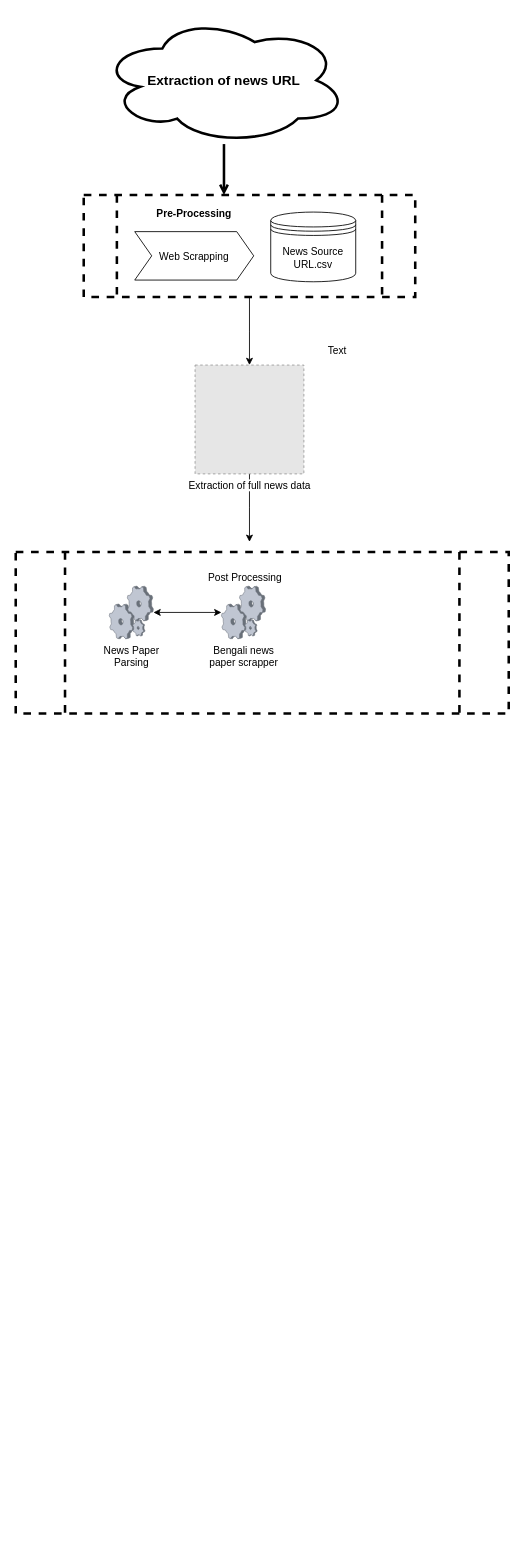
Earlier version of the draw.io diagram page "Page-2" (2 of 2) of Motaleb/Untitled Diagram.drawio (minhazul-alam/News_Gen). Source tidied: cells renumbered, new cells numbered last; positions are measured from the earlier drawing's top-left corner, leaving out a move shared by most shapes. Both pictures are drawn from the tidied source at 85%, with x=0, y=0 at pixel (15, 16). Pictures stored in the file or linked from it are replaced by grey dashed boxes.
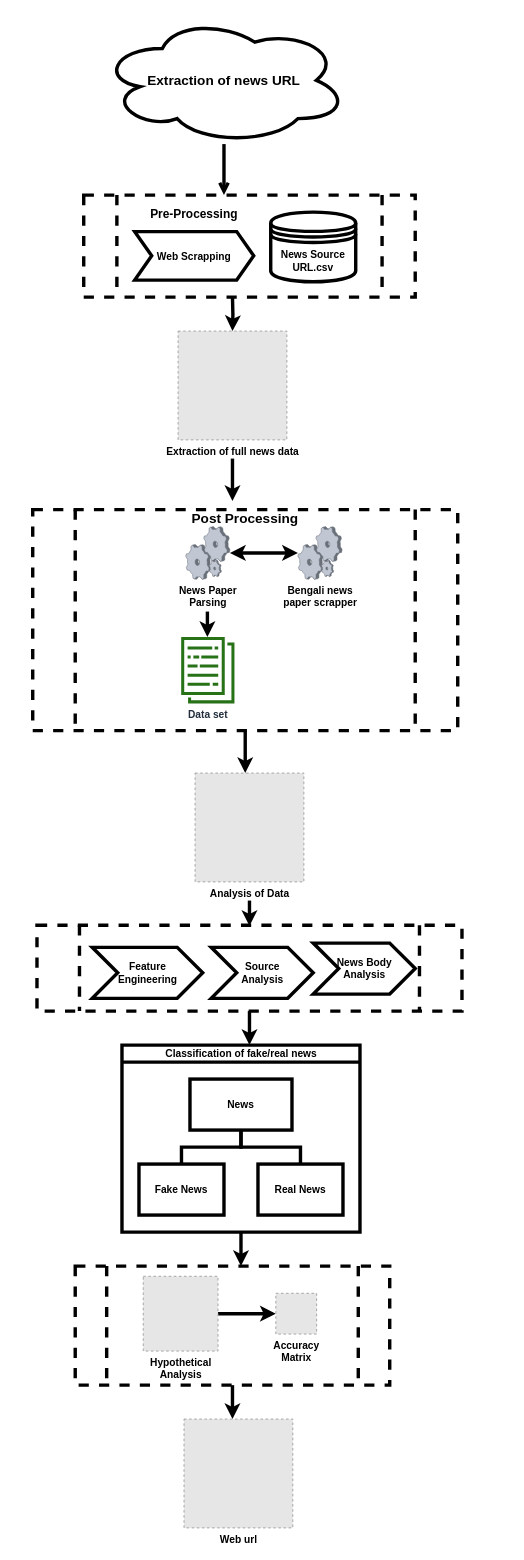
The same page after the edit.

Diff of the diagram source:
```diff
@@
-    <mxCell id="2" style="edgeStyle=orthogonalEdgeStyle;rounded=0;jettySize=auto;html=1;startArrow=none;startFill=0;endArrow=open;endFill=0;targetPerimeterSpacing=1;strokeWidth=3;" parent="1" edge="1" source="3">
+    <mxCell id="2" style="edgeStyle=orthogonalEdgeStyle;rounded=0;jettySize=auto;html=1;startArrow=none;startFill=0;endArrow=open;endFill=0;targetPerimeterSpacing=1;strokeWidth=4;" parent="1" edge="1" source="3">
       <mxGeometry relative="1" as="geometry">
         <mxPoint x="245" y="210" as="targetPoint" />
       </mxGeometry>
     </mxCell>
-    <mxCell id="3" value="&lt;b style=&quot;white-space: normal&quot;&gt;&lt;font style=&quot;font-size: 16px&quot;&gt;Extraction of news URL&lt;/font&gt;&lt;/b&gt;" style="ellipse;shape=cloud;whiteSpace=wrap;html=1;strokeColor=#000000;strokeWidth=3;fillColor=none;gradientColor=#ffffff;" parent="1" vertex="1">
+    <mxCell id="3" value="&lt;b style=&quot;white-space: normal&quot;&gt;&lt;font style=&quot;font-size: 16px&quot;&gt;Extraction of news URL&lt;/font&gt;&lt;/b&gt;" style="ellipse;shape=cloud;whiteSpace=wrap;html=1;strokeColor=#000000;strokeWidth=4;fillColor=none;gradientColor=#ffffff;" parent="1" vertex="1">
       <mxGeometry x="100" width="290" height="150" as="geometry" />
     </mxCell>
-    <mxCell id="4" style="edgeStyle=orthogonalEdgeStyle;rounded=0;jettySize=auto;html=1;" parent="1" edge="1" source="5">
+    <mxCell id="4" style="edgeStyle=orthogonalEdgeStyle;rounded=0;orthogonalLoop=1;jettySize=auto;html=1;strokeWidth=4;" parent="1" edge="1">
       <mxGeometry relative="1" as="geometry">
-        <mxPoint x="275" y="410" as="targetPoint" />
+        <mxPoint x="255" y="330" as="sourcePoint" />
+        <mxPoint x="255" y="370" as="targetPoint" />
       </mxGeometry>
     </mxCell>
-    <mxCell id="5" style="shape=process;whiteSpace=wrap;html=1;backgroundOutline=1;strokeColor=#000000;strokeWidth=3;fillColor=none;gradientColor=#ffffff;dashed=1;" parent="1" vertex="1">
+    <mxCell id="5" style="shape=process;whiteSpace=wrap;html=1;backgroundOutline=1;strokeColor=#000000;strokeWidth=4;fillColor=none;gradientColor=#ffffff;dashed=1;" parent="1" vertex="1">
       <mxGeometry x="80" y="210" width="390" height="120" as="geometry" />
     </mxCell>
-    <mxCell id="6" value="Pre-Processing" style="swimlane;horizontal=1;fillColor=none;strokeColor=none;stackBorder=10;align=center;fontColor=#000000;dashed=1;" parent="1" vertex="1">
+    <mxCell id="6" value="Pre-Processing" style="swimlane;horizontal=1;fillColor=none;strokeColor=none;stackBorder=10;align=center;fontColor=#000000;dashed=1;strokeWidth=4;fontSize=14;" parent="1" vertex="1">
       <mxGeometry x="130" y="220" width="160" height="100" as="geometry" />
     </mxCell>
-    <mxCell id="7" value="Web Scrapping" style="shape=step;perimeter=stepPerimeter;fixedSize=1;" parent="6" vertex="1">
+    <mxCell id="7" value="Web Scrapping" style="shape=step;perimeter=stepPerimeter;fixedSize=1;strokeWidth=4;fontStyle=1;" parent="6" vertex="1">
       <mxGeometry x="10" y="33" width="140" height="57" as="geometry" />
     </mxCell>
-    <mxCell id="8" value="News Source URL.csv" style="shape=datastore;whiteSpace=wrap;html=1;" parent="1" vertex="1">
+    <mxCell id="8" value="&lt;b&gt;News Source URL.csv&lt;/b&gt;" style="shape=datastore;whiteSpace=wrap;html=1;strokeWidth=4;" parent="1" vertex="1">
       <mxGeometry x="300" y="230" width="100" height="82" as="geometry" />
     </mxCell>
-    <mxCell id="9" value="Text" style="text;html=1;align=center;verticalAlign=middle;" parent="1" vertex="1">
-      <mxGeometry x="358" y="383" width="40" height="20" as="geometry" />
-    </mxCell>
-    <mxCell id="10" style="edgeStyle=orthogonalEdgeStyle;rounded=0;jettySize=auto;html=1;" parent="1" edge="1" source="11">
+    <mxCell id="10" style="edgeStyle=orthogonalEdgeStyle;rounded=0;orthogonalLoop=1;jettySize=auto;html=1;strokeWidth=4;" parent="1" edge="1">
       <mxGeometry relative="1" as="geometry">
-        <mxPoint x="275" y="618" as="targetPoint" />
+        <mxPoint x="255" y="520" as="sourcePoint" />
+        <mxPoint x="255" y="570" as="targetPoint" />
       </mxGeometry>
     </mxCell>
-    <mxCell id="11" value="Extraction of full news data" style="fillColor=#E6E6E6;strokeColor=#999999;dashed=1;html=1;verticalAlign=top;verticalLabelPosition=bottom;labelBackgroundColor=#ffffff;" parent="1" vertex="1">
-      <mxGeometry x="211" y="410" width="128" height="128" as="geometry" />
+    <mxCell id="11" value="&lt;b&gt;Extraction of full news data&lt;/b&gt;" style="fillColor=#E6E6E6;strokeColor=#999999;dashed=1;html=1;verticalAlign=top;verticalLabelPosition=bottom;labelBackgroundColor=#ffffff;" parent="1" vertex="1">
+      <mxGeometry x="191" y="370" width="128" height="128" as="geometry" />
     </mxCell>
+    <mxCell id="17" style="edgeStyle=orthogonalEdgeStyle;rounded=0;jettySize=auto;html=1;startArrow=none;startFill=0;strokeWidth=4;" parent="1" edge="1" source="12">
+      <mxGeometry relative="1" as="geometry">
+        <mxPoint x="270" y="890" as="targetPoint" />
+      </mxGeometry>
+    </mxCell>
-    <mxCell id="12" style="shape=process;whiteSpace=wrap;html=1;backgroundOutline=1;strokeColor=#000000;strokeWidth=3;fillColor=none;gradientColor=#ffffff;dashed=1;" parent="1" vertex="1">
-      <mxGeometry y="630" width="580" height="190" as="geometry" />
+    <mxCell id="12" style="shape=process;whiteSpace=wrap;html=1;backgroundOutline=1;strokeColor=#000000;strokeWidth=4;fillColor=none;gradientColor=#ffffff;dashed=1;" parent="1" vertex="1">
+      <mxGeometry x="20" y="580" width="500" height="260" as="geometry" />
     </mxCell>
-    <mxCell id="13" value="Post Processing" style="text;html=1;strokeColor=none;fillColor=none;align=center;verticalAlign=middle;whiteSpace=wrap;rounded=0;" parent="1" vertex="1">
-      <mxGeometry x="170" y="650" width="200" height="20" as="geometry" />
+    <mxCell id="13" value="&lt;b&gt;&lt;font style=&quot;font-size: 16px&quot;&gt;Post Processing&lt;/font&gt;&lt;/b&gt;" style="text;html=1;strokeColor=none;fillColor=none;align=center;verticalAlign=middle;whiteSpace=wrap;rounded=0;strokeWidth=4;" parent="1" vertex="1">
+      <mxGeometry x="170" y="580" width="200" height="20" as="geometry" />
     </mxCell>
-    <mxCell id="14" style="edgeStyle=orthogonalEdgeStyle;rounded=0;jettySize=auto;html=1;startArrow=classic;startFill=1;" parent="1" edge="1" source="15" target="16">
+    <mxCell id="14" style="edgeStyle=orthogonalEdgeStyle;rounded=0;jettySize=auto;html=1;startArrow=classic;startFill=1;strokeWidth=4;" parent="1" edge="1" source="15" target="16">
       <mxGeometry relative="1" as="geometry" />
     </mxCell>
+    <mxCell id="18" style="edgeStyle=orthogonalEdgeStyle;rounded=0;orthogonalLoop=1;jettySize=auto;html=1;startArrow=none;startFill=0;strokeWidth=4;" parent="1" edge="1">
+      <mxGeometry relative="1" as="geometry">
+        <mxPoint x="225.5" y="700" as="sourcePoint" />
+        <mxPoint x="225.5" y="730" as="targetPoint" />
+      </mxGeometry>
+    </mxCell>
-    <mxCell id="15" value="&lt;div&gt;News Paper &lt;br&gt;&lt;/div&gt;&lt;div&gt;Parsing&lt;/div&gt;" style="verticalLabelPosition=bottom;html=1;verticalAlign=top;strokeColor=none;align=center;outlineConnect=0;shape=mxgraph.citrix.process;" parent="1" vertex="1">
-      <mxGeometry x="110" y="670" width="52" height="62" as="geometry" />
+    <mxCell id="15" value="&lt;div&gt;&lt;b&gt;News Paper &lt;br&gt;&lt;/b&gt;&lt;/div&gt;&lt;div&gt;&lt;b&gt;Parsing&lt;/b&gt;&lt;/div&gt;" style="verticalLabelPosition=bottom;html=1;verticalAlign=top;strokeColor=none;align=center;outlineConnect=0;shape=mxgraph.citrix.process;strokeWidth=4;" parent="1" vertex="1">
+      <mxGeometry x="200" y="600" width="52" height="62" as="geometry" />
     </mxCell>
-    <mxCell id="16" value="&lt;div&gt;Bengali news &lt;br&gt;&lt;/div&gt;&lt;div&gt;paper scrapper&lt;/div&gt;" style="verticalLabelPosition=bottom;html=1;verticalAlign=top;strokeColor=none;align=center;outlineConnect=0;shape=mxgraph.citrix.process;" parent="1" vertex="1">
-      <mxGeometry x="242" y="670" width="52" height="62" as="geometry" />
+    <mxCell id="16" value="&lt;div&gt;&lt;b&gt;Bengali news &lt;br&gt;&lt;/b&gt;&lt;/div&gt;&lt;div&gt;&lt;b&gt;paper scrapper&lt;/b&gt;&lt;/div&gt;" style="verticalLabelPosition=bottom;html=1;verticalAlign=top;strokeColor=none;align=center;outlineConnect=0;shape=mxgraph.citrix.process;strokeWidth=4;" parent="1" vertex="1">
+      <mxGeometry x="332" y="600" width="52" height="62" as="geometry" />
     </mxCell>
+    <mxCell id="19" value="&lt;b&gt;Data set&lt;/b&gt;" style="fontColor=#232F3E;gradientColor=none;fillColor=#277116;strokeColor=none;dashed=0;verticalLabelPosition=bottom;verticalAlign=top;align=center;html=1;fontSize=12;fontStyle=0;shape=mxgraph.aws4.data_set;strokeWidth=4;" parent="1" vertex="1">
+      <mxGeometry x="194.5" y="730" width="63" height="78" as="geometry" />
+    </mxCell>
+    <mxCell id="20" style="edgeStyle=orthogonalEdgeStyle;rounded=0;orthogonalLoop=1;jettySize=auto;html=1;startArrow=none;startFill=0;strokeWidth=4;" parent="1" edge="1">
+      <mxGeometry relative="1" as="geometry">
+        <mxPoint x="275" y="1040" as="sourcePoint" />
+        <mxPoint x="275" y="1070" as="targetPoint" />
+      </mxGeometry>
+    </mxCell>
+    <mxCell id="21" value="&lt;b&gt;Analysis of Data&lt;/b&gt;" style="fillColor=#E6E6E6;strokeColor=#999999;dashed=1;html=1;verticalAlign=top;verticalLabelPosition=bottom;labelBackgroundColor=#ffffff;" parent="1" vertex="1">
+      <mxGeometry x="211" y="890" width="128" height="128" as="geometry" />
+    </mxCell>
+    <mxCell id="22" style="edgeStyle=orthogonalEdgeStyle;rounded=0;jettySize=auto;html=1;startArrow=none;startFill=0;strokeWidth=4;" parent="1" edge="1" source="23">
+      <mxGeometry relative="1" as="geometry">
+        <mxPoint x="275" y="1210" as="targetPoint" />
+      </mxGeometry>
+    </mxCell>
+    <mxCell id="23" style="shape=process;whiteSpace=wrap;html=1;backgroundOutline=1;strokeColor=#000000;strokeWidth=4;fillColor=none;gradientColor=#ffffff;dashed=1;" parent="1" vertex="1">
+      <mxGeometry x="25" y="1069" width="500" height="101" as="geometry" />
+    </mxCell>
+    <mxCell id="24" value="&lt;div&gt;&lt;b&gt;Source&lt;/b&gt;&lt;/div&gt;&lt;div&gt;&lt;b&gt;Analysis&lt;br&gt;&lt;/b&gt;&lt;/div&gt;" style="html=1;shadow=0;dashed=0;align=center;verticalAlign=middle;shape=mxgraph.arrows2.arrow;dy=0;dx=30;notch=30;strokeWidth=4;" parent="1" vertex="1">
+      <mxGeometry x="230" y="1095" width="120" height="60" as="geometry" />
+    </mxCell>
+    <mxCell id="25" value="&lt;div&gt;&lt;b&gt;Feature&lt;/b&gt;&lt;/div&gt;&lt;div&gt;&lt;b&gt;Engineering&lt;br&gt;&lt;/b&gt;&lt;/div&gt;" style="html=1;shadow=0;dashed=0;align=center;verticalAlign=middle;shape=mxgraph.arrows2.arrow;dy=0;dx=30;notch=30;strokeWidth=4;" parent="1" vertex="1">
+      <mxGeometry x="90" y="1095" width="130" height="60" as="geometry" />
+    </mxCell>
+    <mxCell id="26" value="&lt;div&gt;&lt;b&gt;News Body&lt;/b&gt;&lt;/div&gt;&lt;div&gt;&lt;b&gt;Analysis&lt;br&gt;&lt;/b&gt;&lt;/div&gt;" style="html=1;shadow=0;dashed=0;align=center;verticalAlign=middle;shape=mxgraph.arrows2.arrow;dy=0;dx=30;notch=30;strokeWidth=4;" parent="1" vertex="1">
+      <mxGeometry x="350" y="1090" width="120" height="60" as="geometry" />
+    </mxCell>
+    <mxCell id="27" style="edgeStyle=orthogonalEdgeStyle;rounded=0;jettySize=auto;html=1;startArrow=none;startFill=0;strokeWidth=4;" parent="1" edge="1" source="28">
+      <mxGeometry relative="1" as="geometry">
+        <mxPoint x="265" y="1470" as="targetPoint" />
+      </mxGeometry>
+    </mxCell>
+    <mxCell id="28" value="Classification of fake/real news" style="swimlane;html=1;startSize=20;horizontal=1;containerType=tree;strokeWidth=4;" parent="1" vertex="1">
+      <mxGeometry x="125" y="1210" width="280" height="220" as="geometry" />
+    </mxCell>
+    <mxCell id="29" style="edgeStyle=elbowEdgeStyle;elbow=vertical;startArrow=none;endArrow=none;rounded=0;strokeWidth=4;" parent="28" edge="1" source="31" target="32">
+      <mxGeometry relative="1" as="geometry" />
+    </mxCell>
+    <mxCell id="30" style="edgeStyle=elbowEdgeStyle;elbow=vertical;startArrow=none;endArrow=none;rounded=0;strokeWidth=4;" parent="28" edge="1" source="31" target="33">
+      <mxGeometry relative="1" as="geometry" />
+    </mxCell>
+    <mxCell id="31" value="&lt;b&gt;News&lt;/b&gt;" style="whiteSpace=wrap;html=1;align=center;strokeWidth=4;" parent="28" vertex="1">
+      <mxGeometry x="80" y="40" width="120" height="60" as="geometry" />
+    </mxCell>
+    <mxCell id="32" value="&lt;b&gt;Fake News&lt;/b&gt;" style="whiteSpace=wrap;html=1;align=center;verticalAlign=middle;strokeWidth=4;" parent="28" vertex="1">
+      <mxGeometry x="20" y="140" width="100" height="60" as="geometry" />
+    </mxCell>
+    <mxCell id="33" value="&lt;b&gt;Real News&lt;/b&gt;" style="whiteSpace=wrap;html=1;align=center;verticalAlign=middle;strokeWidth=4;" parent="28" vertex="1">
+      <mxGeometry x="160" y="140" width="100" height="60" as="geometry" />
+    </mxCell>
+    <mxCell id="34" style="edgeStyle=orthogonalEdgeStyle;rounded=0;jettySize=auto;html=1;startArrow=none;startFill=0;strokeWidth=4;" parent="1" edge="1" source="35">
+      <mxGeometry relative="1" as="geometry">
+        <mxPoint x="255" y="1650" as="targetPoint" />
+      </mxGeometry>
+    </mxCell>
+    <mxCell id="35" style="shape=process;whiteSpace=wrap;html=1;backgroundOutline=1;dashed=1;strokeWidth=4;" parent="1" vertex="1">
+      <mxGeometry x="70" y="1470" width="370" height="140" as="geometry" />
+    </mxCell>
+    <mxCell id="36" style="edgeStyle=orthogonalEdgeStyle;rounded=0;jettySize=auto;html=1;startArrow=none;startFill=0;strokeWidth=4;" parent="1" edge="1" source="37" target="38">
+      <mxGeometry relative="1" as="geometry" />
+    </mxCell>
+    <mxCell id="37" value="&lt;div&gt;&lt;b&gt;Hypothetical&lt;/b&gt;&lt;/div&gt;&lt;div&gt;&lt;b&gt;Analysis&lt;br&gt;&lt;/b&gt;&lt;/div&gt;" style="fillColor=#E6E6E6;strokeColor=#999999;dashed=1;html=1;verticalAlign=top;verticalLabelPosition=bottom;labelBackgroundColor=#ffffff;" parent="1" vertex="1">
+      <mxGeometry x="150" y="1482" width="88" height="88" as="geometry" />
+    </mxCell>
+    <mxCell id="38" value="&lt;div&gt;&lt;b&gt;Accuracy&lt;/b&gt;&lt;/div&gt;&lt;div&gt;&lt;b&gt; Matrix&lt;/b&gt;&lt;/div&gt;" style="fillColor=#E6E6E6;strokeColor=#999999;dashed=1;html=1;verticalAlign=top;verticalLabelPosition=bottom;labelBackgroundColor=#ffffff;" parent="1" vertex="1">
+      <mxGeometry x="306" y="1502" width="48" height="48" as="geometry" />
+    </mxCell>
+    <mxCell id="39" value="&lt;b&gt;Web url&lt;/b&gt;" style="fillColor=#E6E6E6;strokeColor=#999999;dashed=1;html=1;verticalAlign=top;verticalLabelPosition=bottom;labelBackgroundColor=#ffffff;" parent="1" vertex="1">
+      <mxGeometry x="198" y="1650" width="128" height="128" as="geometry" />
+    </mxCell>
```
